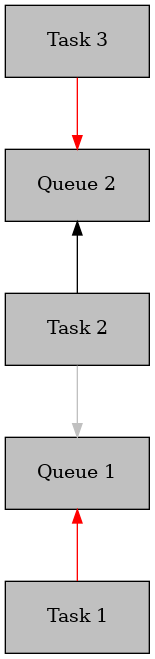
Before: docs/sequential_chain.png, a diagram exported from Graphviz (Techcyte/pipeline-lib). Its source is kept beside it as docs/sequential_chain.dot. Its diagram source:
```dot
digraph search {
overlap = false;
overlap=scalexy; //false, compress, ...
sep="+1"; // 0.1, +1

    node [
        shape=rect
        style=filled
        fillcolor="white"
        width=1.5
        height=0.75
        fixedsize=true
        pad="0.212,1"
    ]
    t1 [label="Task 1", fillcolor="gray" pos="0,0!"]
    m1 [label="Queue 1", fillcolor="gray" pos="0,1.5!"]
    t2 [label="Task 2", fillcolor="gray" pos="0,3!"]
    m2 [label="Queue 2", fillcolor="gray" pos="0,4.5!"]
    t3 [label="Task 3", fillcolor="gray" pos="0,6!"]

    t1 -> m1 [color="red"]
    t2 -> m1 [color="gray"]
    t2 -> m2 [color="black"]
    t3 -> m2 [color="red"]
}
```
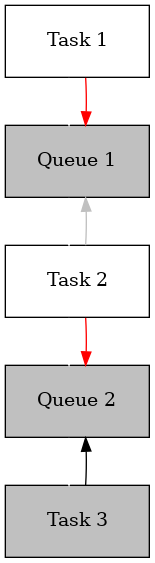
After the commit.

Diff of the diagram source:
```diff
@@ -1,7 +1,5 @@
 digraph search {
 overlap = false;
-overlap=scalexy; //false, compress, ...
-sep="+1"; // 0.1, +1
 
     node [
         shape=rect
@@ -12,14 +10,18 @@
         fixedsize=true
         pad="0.212,1"
     ]
-    t1 [label="Task 1", fillcolor="gray" pos="0,0!"]
-    m1 [label="Queue 1", fillcolor="gray" pos="0,1.5!"]
-    t2 [label="Task 2", fillcolor="gray" pos="0,3!"]
-    m2 [label="Queue 2", fillcolor="gray" pos="0,4.5!"]
-    t3 [label="Task 3", fillcolor="gray" pos="0,6!"]
+    t1 [label="Task 1", fillcolor="white"]
+    m1 [label="Queue 1", fillcolor="gray"]
+    t2 [label="Task 2", fillcolor="white"]
+    m2 [label="Queue 2", fillcolor="gray"]
+    t3 [label="Task 3", fillcolor="gray"]
 
+    t1 -> m1 [color="white"]
+    m1 -> t2 [color="white"]
+    t2 -> m2 [color="white"]
+    m2 -> t3 [color="white"]
+    t3 -> m2 [color="black"]
+    t2 -> m1 [color="gray"]
     t1 -> m1 [color="red"]
-    t2 -> m1 [color="gray"]
-    t2 -> m2 [color="black"]
-    t3 -> m2 [color="red"]
+    t2 -> m2 [color="red"]
 }
```
